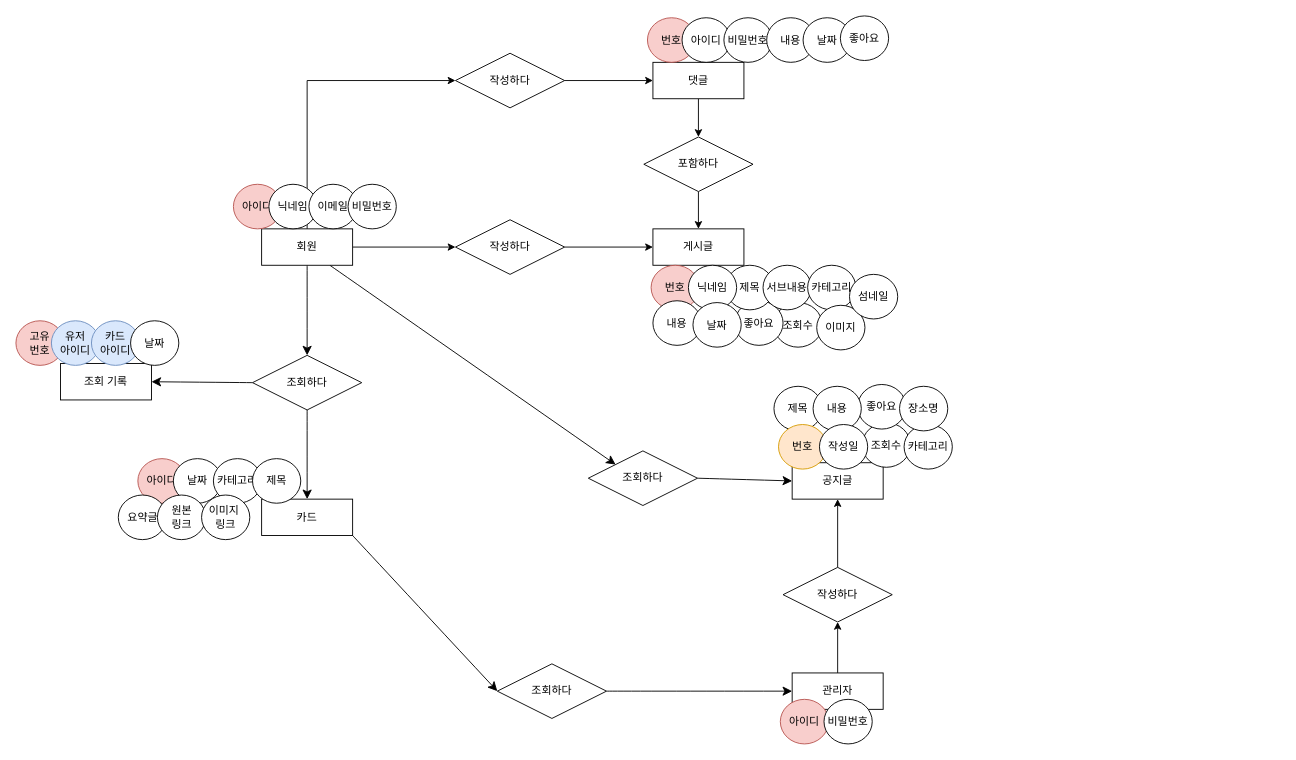
Earlier version of the draw.io diagram 2조_홀로데이_EDR.drawio (2023240298-ctrl/semi-project-holoday). Source tidied: cells renumbered, new cells numbered last; positions are measured from the earlier drawing's top-left corner, leaving out a move shared by most shapes. Both pictures are drawn from the tidied source at 91%, with x=0, y=0 at pixel (15, 15).
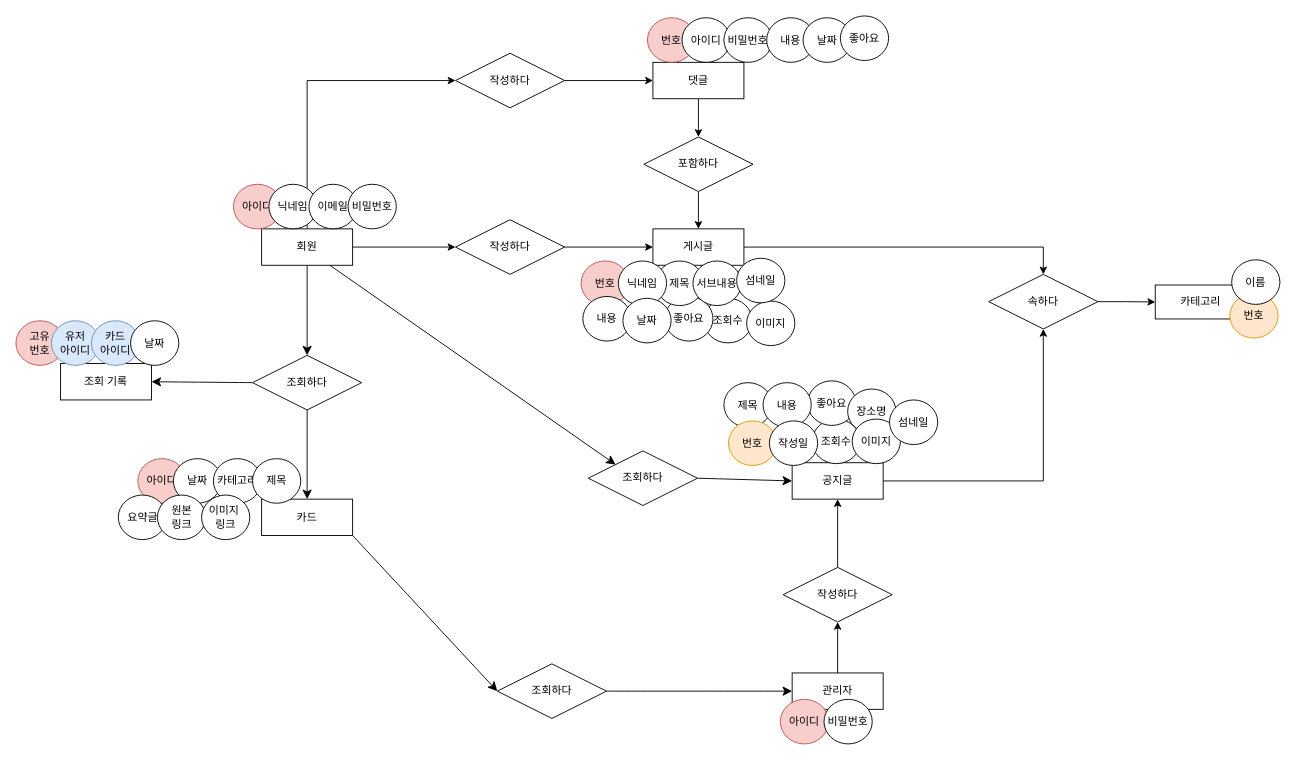
Above is the later version.

Commit message (it also covers changes not shown here):
2조_홀로데이_EDR.drawio 업데이트

Unchanged cells that the change refers to:
```xml
<mxCell id="15" value="공지글" style="whiteSpace=wrap;html=1;align=center;" parent="1" vertex="1">
  <mxGeometry x="853" y="491" width="100" height="40" as="geometry" />
</mxCell>
<mxCell id="18" value="게시글" style="whiteSpace=wrap;html=1;align=center;" parent="1" vertex="1">
  <mxGeometry x="700" y="234" width="100" height="40" as="geometry" />
</mxCell>
```

The edit, as a diff of the source:
```diff
@@
+    <mxCell id="73" style="edgeStyle=orthogonalEdgeStyle;rounded=0;jettySize=auto;html=1;entryX=0.5;entryY=1;entryDx=0;entryDy=0;" parent="1" edge="1" source="15" target="81">
+      <mxGeometry relative="1" as="geometry" />
+    </mxCell>
@@
+    <mxCell id="74" style="edgeStyle=orthogonalEdgeStyle;rounded=0;jettySize=auto;html=1;entryX=0.5;entryY=0;entryDx=0;entryDy=0;" parent="1" edge="1" source="18" target="81">
+      <mxGeometry relative="1" as="geometry" />
+    </mxCell>
@@
     <mxCell id="27" value="제목" style="ellipse;whiteSpace=wrap;html=1;align=center;" parent="1" vertex="1">
-      <mxGeometry x="833" y="407" width="53" height="49" as="geometry" />
+      <mxGeometry x="778" y="403" width="53" height="49" as="geometry" />
     </mxCell>
     <mxCell id="28" value="조회수" style="ellipse;whiteSpace=wrap;html=1;align=center;" parent="1" vertex="1">
-      <mxGeometry x="930" y="447" width="53" height="49" as="geometry" />
+      <mxGeometry x="875" y="443" width="53" height="49" as="geometry" />
     </mxCell>
     <mxCell id="29" value="좋아요" style="ellipse;whiteSpace=wrap;html=1;align=center;" parent="1" vertex="1">
-      <mxGeometry x="925" y="405" width="53" height="49" as="geometry" />
+      <mxGeometry x="870" y="401" width="53" height="49" as="geometry" />
     </mxCell>
     <mxCell id="30" value="번호" style="ellipse;whiteSpace=wrap;html=1;align=center;fillColor=#f8cecc;strokeColor=#b85450;" parent="1" vertex="1">
-      <mxGeometry x="698" y="274" width="53" height="49" as="geometry" />
+      <mxGeometry x="621" y="269.3" width="53" height="49" as="geometry" />
     </mxCell>
     <mxCell id="31" value="조회수" style="ellipse;whiteSpace=wrap;html=1;align=center;" parent="1" vertex="1">
-      <mxGeometry x="833" y="315" width="53" height="49" as="geometry" />
+      <mxGeometry x="756" y="310.3" width="53" height="49" as="geometry" />
     </mxCell>
     <mxCell id="32" value="좋아요" style="ellipse;whiteSpace=wrap;html=1;align=center;" parent="1" vertex="1">
-      <mxGeometry x="790" y="313" width="53" height="49" as="geometry" />
+      <mxGeometry x="713" y="308.3" width="53" height="49" as="geometry" />
     </mxCell>
     <mxCell id="33" value="제목" style="ellipse;whiteSpace=wrap;html=1;align=center;" parent="1" vertex="1">
-      <mxGeometry x="780" y="274" width="53" height="49" as="geometry" />
+      <mxGeometry x="703" y="269.3" width="53" height="49" as="geometry" />
     </mxCell>
     <mxCell id="34" value="내용" style="ellipse;whiteSpace=wrap;html=1;align=center;" parent="1" vertex="1">
-      <mxGeometry x="700" y="313" width="53" height="49" as="geometry" />
+      <mxGeometry x="623" y="308.3" width="53" height="49" as="geometry" />
     </mxCell>
     <mxCell id="35" value="닉네임" style="ellipse;whiteSpace=wrap;html=1;align=center;" parent="1" vertex="1">
-      <mxGeometry x="739" y="274" width="53" height="49" as="geometry" />
+      <mxGeometry x="662" y="269.3" width="53" height="49" as="geometry" />
     </mxCell>
     <mxCell id="36" value="서브내용" style="ellipse;whiteSpace=wrap;html=1;align=center;" parent="1" vertex="1">
-      <mxGeometry x="821" y="274" width="53" height="49" as="geometry" />
+      <mxGeometry x="744" y="269.3" width="53" height="49" as="geometry" />
     </mxCell>
@@
     <mxCell id="44" value="번호" style="ellipse;whiteSpace=wrap;html=1;align=center;fillColor=#ffe6cc;strokeColor=#d79b00;" parent="1" vertex="1">
-      <mxGeometry x="838" y="449" width="53" height="49" as="geometry" />
+      <mxGeometry x="783" y="445" width="53" height="49" as="geometry" />
     </mxCell>
     <mxCell id="45" value="내용" style="ellipse;whiteSpace=wrap;html=1;align=center;" parent="1" vertex="1">
-      <mxGeometry x="876" y="407" width="53" height="49" as="geometry" />
+      <mxGeometry x="821" y="403" width="53" height="49" as="geometry" />
     </mxCell>
-    <mxCell id="46" value="카테고리" style="ellipse;whiteSpace=wrap;html=1;align=center;" parent="1" vertex="1">
-      <mxGeometry x="976" y="449" width="53" height="49" as="geometry" />
-    </mxCell>
     <mxCell id="47" value="장소명" style="ellipse;whiteSpace=wrap;html=1;align=center;" parent="1" vertex="1">
-      <mxGeometry x="971" y="407" width="53" height="49" as="geometry" />
+      <mxGeometry x="914" y="410" width="53" height="49" as="geometry" />
     </mxCell>
     <mxCell id="48" value="작성일" style="ellipse;whiteSpace=wrap;html=1;align=center;" parent="1" vertex="1">
-      <mxGeometry x="883" y="449" width="53" height="49" as="geometry" />
+      <mxGeometry x="828" y="445" width="53" height="49" as="geometry" />
     </mxCell>
     <mxCell id="49" value="날짜" style="ellipse;whiteSpace=wrap;html=1;align=center;" parent="1" vertex="1">
-      <mxGeometry x="744" y="315" width="53" height="49" as="geometry" />
+      <mxGeometry x="667" y="310.3" width="53" height="49" as="geometry" />
     </mxCell>
@@
-    <mxCell id="59" value="카테고리" style="ellipse;whiteSpace=wrap;html=1;align=center;" parent="1" vertex="1">
-      <mxGeometry x="870" y="274" width="53" height="49" as="geometry" />
-    </mxCell>
     <mxCell id="60" value="이미지" style="ellipse;whiteSpace=wrap;html=1;align=center;" parent="1" vertex="1">
-      <mxGeometry x="880" y="318" width="53" height="49" as="geometry" />
+      <mxGeometry x="803" y="313.3" width="53" height="49" as="geometry" />
     </mxCell>
     <mxCell id="61" value="섬네일" style="ellipse;whiteSpace=wrap;html=1;align=center;" parent="1" vertex="1">
-      <mxGeometry x="916" y="284" width="53" height="49" as="geometry" />
+      <mxGeometry x="792" y="266.3" width="53" height="49" as="geometry" />
     </mxCell>
@@
+    <mxCell id="75" value="카테고리" style="whiteSpace=wrap;html=1;align=center;" parent="1" vertex="1">
+      <mxGeometry x="1252" y="295.7" width="100" height="37.3" as="geometry" />
+    </mxCell>
+    <mxCell id="76" value="번호" style="ellipse;whiteSpace=wrap;html=1;align=center;fillColor=#ffe6cc;strokeColor=#d79b00;" parent="1" vertex="1">
+      <mxGeometry x="1334" y="305" width="53" height="49" as="geometry" />
+    </mxCell>
+    <mxCell id="77" value="이름" style="ellipse;whiteSpace=wrap;html=1;align=center;" parent="1" vertex="1">
+      <mxGeometry x="1336" y="268" width="53" height="49" as="geometry" />
+    </mxCell>
+    <mxCell id="78" value="이미지" style="ellipse;whiteSpace=wrap;html=1;align=center;" parent="1" vertex="1">
+      <mxGeometry x="919" y="443" width="53" height="49" as="geometry" />
+    </mxCell>
+    <mxCell id="79" value="섬네일" style="ellipse;whiteSpace=wrap;html=1;align=center;" parent="1" vertex="1">
+      <mxGeometry x="960" y="422" width="53" height="49" as="geometry" />
+    </mxCell>
+    <mxCell id="80" style="edgeStyle=orthogonalEdgeStyle;rounded=0;jettySize=auto;html=1;entryX=0;entryY=0.5;entryDx=0;entryDy=0;" parent="1" edge="1" source="81" target="75">
+      <mxGeometry relative="1" as="geometry" />
+    </mxCell>
+    <mxCell id="81" value="속하다" style="shape=rhombus;perimeter=rhombusPerimeter;whiteSpace=wrap;html=1;align=center;" parent="1" vertex="1">
+      <mxGeometry x="1069" y="284" width="120" height="60" as="geometry" />
+    </mxCell>
```
